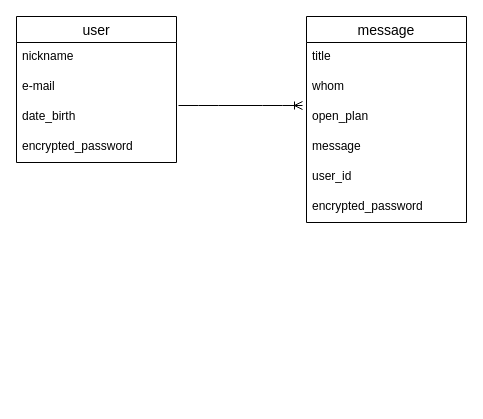
shunxile/Time_Capsule keeps this draw.io diagram as ER.dio. Above is the earlier version. Source tidied: cells renumbered, new cells numbered last; positions are measured from the earlier drawing's top-left corner, leaving out a move shared by most shapes. Both pictures are drawn from the tidied source at 100%, with x=0, y=0 at pixel (16, 16).
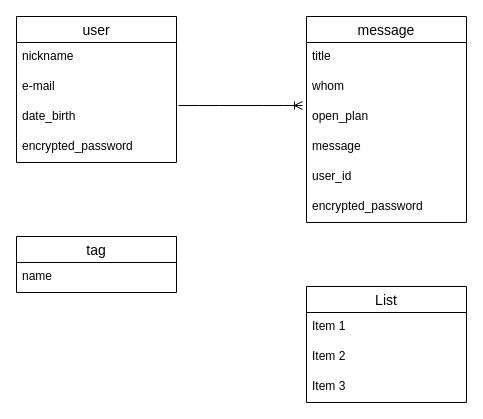
The same page after the edit.

What changed in the source:
```diff
@@
+    <mxCell id="15" value="tag" style="swimlane;fontStyle=0;horizontal=1;startSize=26;align=center;fontSize=14;" parent="1" vertex="1">
+      <mxGeometry y="220" width="160" height="56" as="geometry" />
+    </mxCell>
+    <mxCell id="16" value="name" style="text;strokeColor=none;fillColor=none;spacingLeft=4;spacingRight=4;overflow=hidden;fontSize=12;" parent="15" vertex="1">
+      <mxGeometry y="26" width="160" height="30" as="geometry" />
+    </mxCell>
+    <mxCell id="17" value="List" style="swimlane;fontStyle=0;horizontal=1;startSize=26;align=center;fontSize=14;" parent="1" vertex="1">
+      <mxGeometry x="290" y="270" width="160" height="116" as="geometry" />
+    </mxCell>
+    <mxCell id="18" value="Item 1" style="text;strokeColor=none;fillColor=none;spacingLeft=4;spacingRight=4;overflow=hidden;fontSize=12;" parent="17" vertex="1">
+      <mxGeometry y="26" width="160" height="30" as="geometry" />
+    </mxCell>
+    <mxCell id="19" value="Item 2" style="text;strokeColor=none;fillColor=none;spacingLeft=4;spacingRight=4;overflow=hidden;fontSize=12;" parent="17" vertex="1">
+      <mxGeometry y="56" width="160" height="30" as="geometry" />
+    </mxCell>
+    <mxCell id="20" value="Item 3" style="text;strokeColor=none;fillColor=none;spacingLeft=4;spacingRight=4;overflow=hidden;fontSize=12;" parent="17" vertex="1">
+      <mxGeometry y="86" width="160" height="30" as="geometry" />
+    </mxCell>
```
